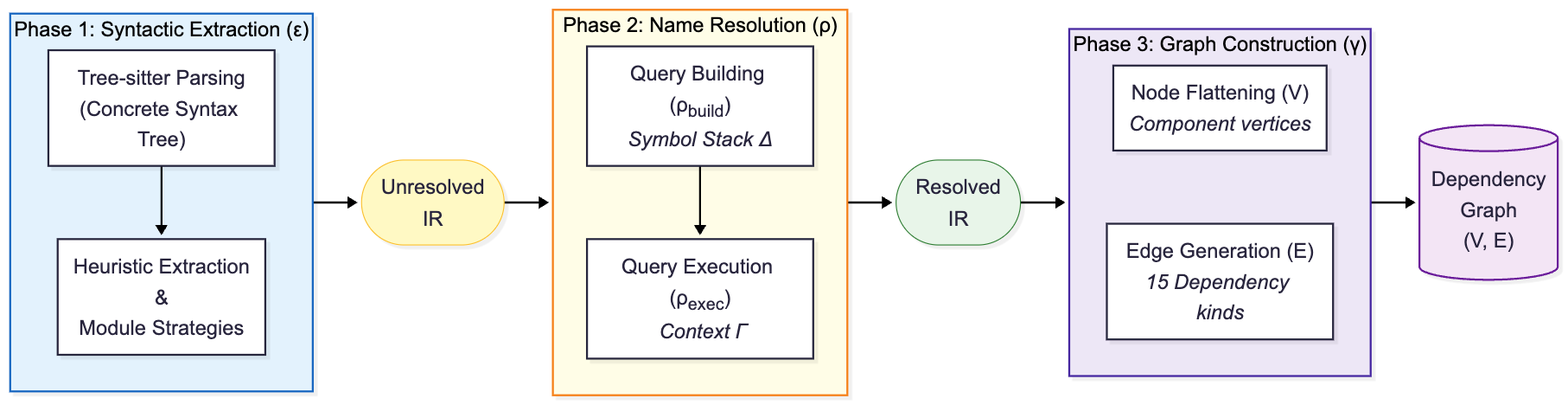
FerrarioChristian/master-thesis keeps this Mermaid diagram as images/analysis_process/pipeline_detailed.png. Above is the earlier version. Its source is kept beside it as images/analysis_process/pipeline_detailed.mmd.
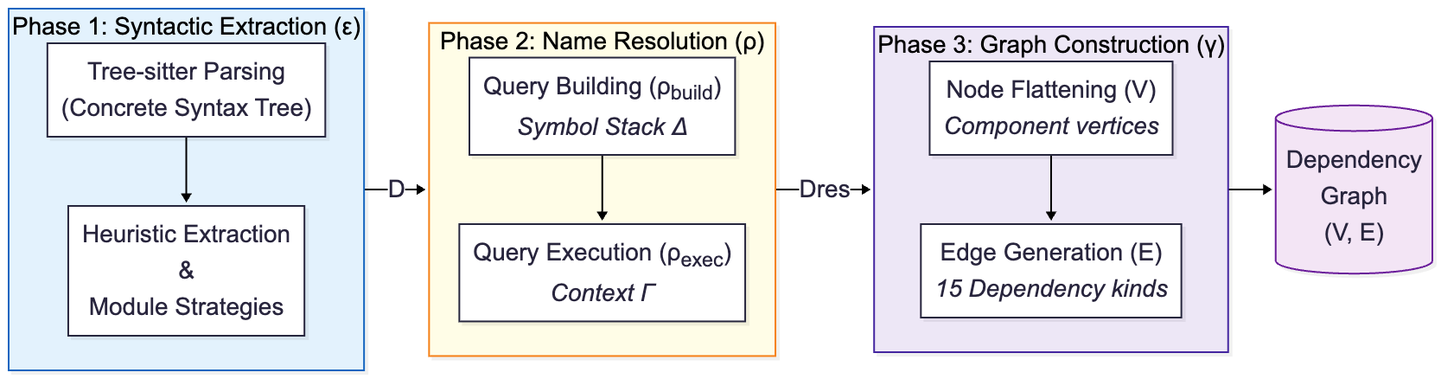
After the change.

What changed in the source:
```diff
@@ -1,12 +1,11 @@
 %%{init: {
     'flowchart': {
-    'rankSpacing': 50
+    'rankSpacing': 55,
+    'wrappingWidth': 300
   },
-  'themeVariables': {'fontSize': '21px'}
+  'themeVariables': {'fontSize': '28px', 'edgeLabelBackground':'#FFFFFF'}
 }}%%
 flowchart LR
-    D(["Unresolved<br/>IR"])
-    D_res(["Resolved<br/>IR"])
     G[("Dependency <br/>Graph <br/>(V, E)")]
 
     subgraph P1["Phase 1: Syntactic Extraction (&epsilon;)"]
@@ -27,17 +26,13 @@
         direction TB
         NF["Node Flattening (V)<br/><i>Component vertices</i>"]
         EG["Edge Generation (E)<br/><i>15 Dependency kinds</i>"]
-        NF ~~~ EG
+        NF --> EG
     end
 
-    P1 --> D
-    D --> P2
-    P2 --> D_res
-    D_res --> P3
+    P1 --> |D| P2
+    P2 --> |Dres| P3
     P3 --> G
 
-    style D fill:#fff9c4,stroke:#fbc02d,stroke-width:1px
-    style D_res fill:#e8f5e9,stroke:#2e7d32,stroke-width:1px
     style G fill:#f3e5f5,stroke:#6a1b9a,stroke-width:2px
 
     style P1 fill:#e3f2fd,stroke:#1565c0,stroke-width:2px
```
